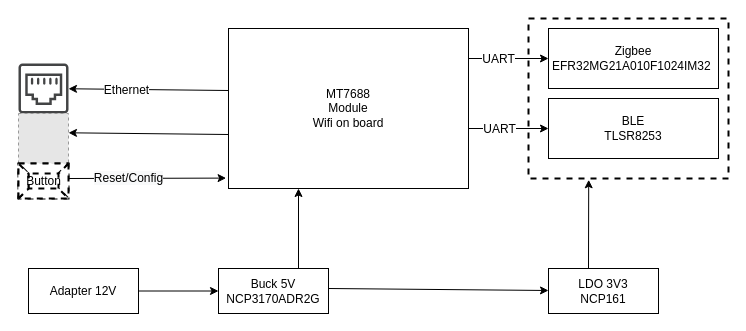
The draw.io diagram RD_GW.drawio in anhvanthe/01_my_drawio, before the edit. Source tidied: cells renumbered, new cells numbered last; positions are measured from the earlier drawing's top-left corner, leaving out a move shared by most shapes. Both pictures are drawn from the tidied source at 100%, with x=0, y=0 at pixel (18, 18). Pictures stored in the file or linked from it are replaced by grey dashed boxes.
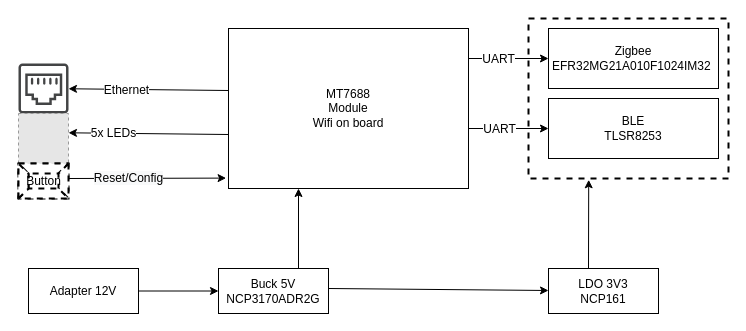
The same diagram, later.

The change refers to these unchanged cells:
```xml
<mxCell id="20" style="endArrow=classic;html=1;" parent="1" edge="1">
  <mxGeometry relative="1" as="geometry">
    <mxPoint x="210" y="116" as="sourcePoint" />
    <mxPoint x="50" y="114.3" as="targetPoint" />
  </mxGeometry>
</mxCell>
```

Diff of the diagram source:
```diff
@@
+    <mxCell id="25" value="5x LEDs" style="text;html=1;align=center;verticalAlign=middle;labelBackgroundColor=#ffffff;" parent="20" vertex="1">
+      <mxGeometry x="0.45" relative="1" as="geometry" />
+    </mxCell>
```
